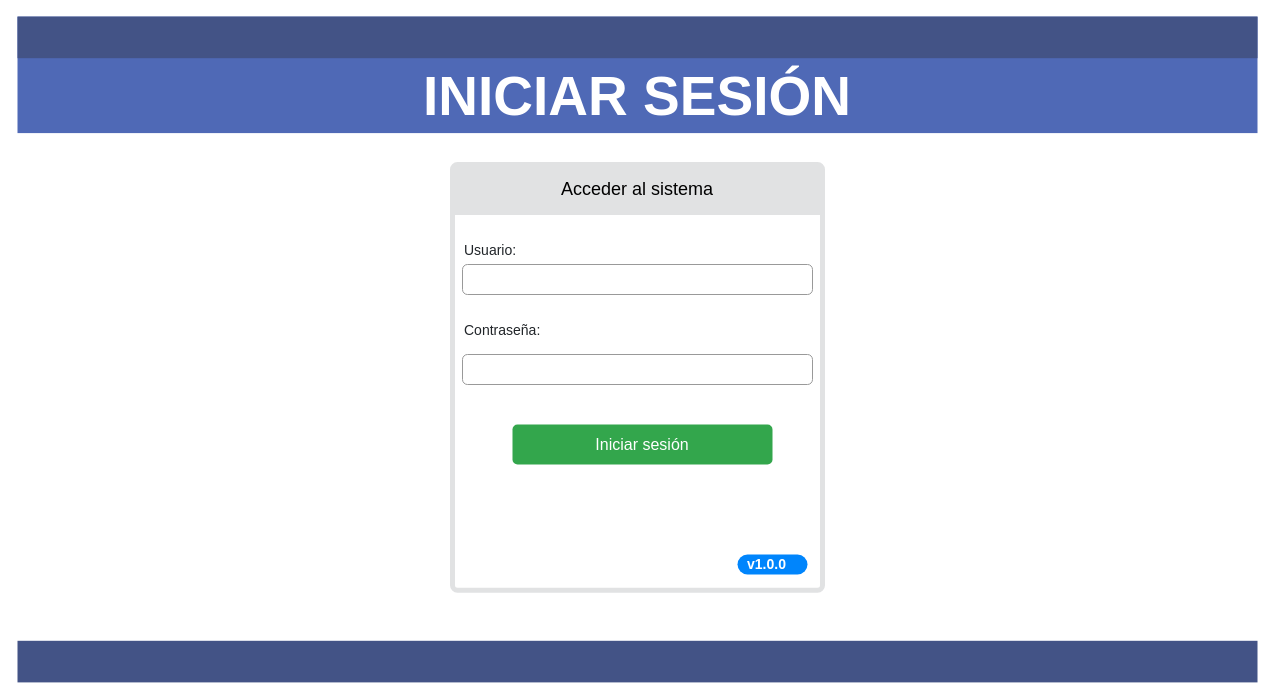
Above: page "loguin" (2 of 2) of ARCHIVOS/bocetos/Boceto_principal/menu_y_loguin.drawio in JaasielGuerra/Control-Notas (draw.io), before the change. Source tidied: cells renumbered, new cells numbered last; positions are measured from the earlier drawing's top-left corner, leaving out a move shared by most shapes. Both pictures are drawn from the tidied source at 100%, with x=0, y=0 at pixel (17, 16).
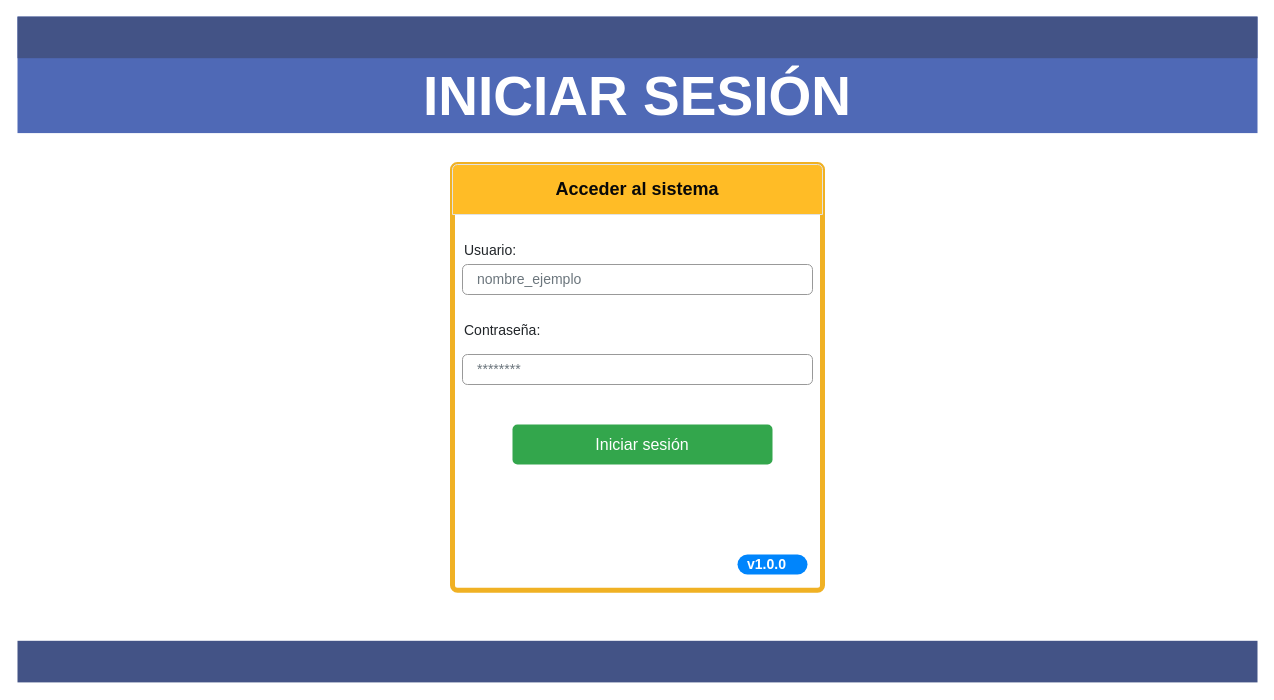
The same page after the edit.

Change to the diagram source:
```diff
@@
 <mxGraphModel>
   <root>
     <mxCell id="0" />
     <mxCell id="1" parent="0" />
     <mxCell id="2" style="group;fontFamily=Verdana;" parent="1" vertex="1">
       <mxGeometry y="0.1" width="1240" height="665.8" as="geometry" />
     </mxCell>
     <mxCell id="3" style="rounded=0;whiteSpace=wrap;html=1;strokeColor=none;" parent="2" vertex="1">
       <mxGeometry width="1240" height="665.8" as="geometry" />
     </mxCell>
     <mxCell id="4" style="rounded=0;whiteSpace=wrap;html=1;fillColor=#4f69b6;strokeColor=none;" parent="2" vertex="1">
       <mxGeometry width="1240" height="116.5" as="geometry" />
     </mxCell>
     <mxCell id="5" style="rounded=0;whiteSpace=wrap;html=1;fillColor=#435386;strokeColor=none;" parent="2" vertex="1">
       <mxGeometry width="1240" height="41.6" as="geometry" />
     </mxCell>
     <mxCell id="6" style="rounded=0;whiteSpace=wrap;html=1;fillColor=#435386;strokeColor=none;" parent="2" vertex="1">
       <mxGeometry y="624.2" width="1240" height="41.6" as="geometry" />
     </mxCell>
     <mxCell id="7" value="&lt;font color=&quot;#ffffff&quot; style=&quot;font-size: 55px;&quot;&gt;INICIAR SESIÓN&lt;/font&gt;" style="text;html=1;strokeColor=none;fillColor=none;align=center;verticalAlign=middle;whiteSpace=wrap;rounded=0;fontSize=41;fontStyle=1;" parent="2" vertex="1">
       <mxGeometry x="289.2" y="41.6" width="661.6" height="74.9" as="geometry" />
     </mxCell>
-    <mxCell id="8" style="html=1;shadow=0;dashed=0;shape=mxgraph.bootstrap.rrect;rSize=5;strokeColor=#E1E2E3;html=1;whiteSpace=wrap;fillColor=#ffffff;fontColor=#212529;verticalAlign=bottom;align=left;spacing=20;spacingBottom=0;fontSize=14;fontFamily=Helvetica;strokeWidth=5;" parent="2" vertex="1">
+    <mxCell id="8" style="html=1;shadow=0;dashed=0;shape=mxgraph.bootstrap.rrect;rSize=5;html=1;whiteSpace=wrap;fillColor=#ffffff;fontColor=#212529;verticalAlign=bottom;align=left;spacing=20;spacingBottom=0;fontSize=14;fontFamily=Helvetica;strokeWidth=5;strokeColor=#F0B124;" parent="2" vertex="1">
       <mxGeometry x="435" y="147.9" width="370" height="425.8" as="geometry" />
     </mxCell>
-    <mxCell id="9" value="&lt;font color=&quot;#000000&quot;&gt;Acceder al sistema&lt;/font&gt;" style="html=1;shadow=0;dashed=0;shape=mxgraph.bootstrap.topButton;rSize=5;perimeter=none;whiteSpace=wrap;fillColor=#E1E2E3;strokeColor=#E1E2E3;fontColor=#6C767D;fontSize=18;align=center;spacing=20;fontFamily=Helvetica;" parent="8" vertex="1">
+    <mxCell id="9" value="&lt;font color=&quot;#080808&quot;&gt;&lt;b&gt;Acceder al sistema&lt;/b&gt;&lt;/font&gt;" style="html=1;shadow=0;dashed=0;shape=mxgraph.bootstrap.topButton;rSize=5;perimeter=none;whiteSpace=wrap;strokeColor=#E1E2E3;fontColor=#6C767D;fontSize=18;align=center;spacing=20;fontFamily=Helvetica;fillColor=#FFBC26;" parent="8" vertex="1">
       <mxGeometry width="370" height="50" relative="1" as="geometry" />
     </mxCell>
     <mxCell id="10" value="Iniciar sesión" style="html=1;shadow=0;dashed=0;shape=mxgraph.bootstrap.rrect;rSize=5;strokeColor=none;strokeWidth=1;fillColor=#33A64C;fontColor=#FFFFFF;whiteSpace=wrap;align=center;verticalAlign=middle;spacingLeft=0;fontStyle=0;fontSize=16;spacing=5;fontFamily=Helvetica;" parent="8" vertex="1">
       <mxGeometry x="60" y="260" width="260" height="40" as="geometry" />
     </mxCell>
     <mxCell id="11" value="v1.0.0" style="rounded=1;whiteSpace=wrap;html=1;arcSize=50;strokeColor=none;strokeWidth=1;fillColor=#0085FC;fontColor=#FFFFFF;whiteSpace=wrap;align=left;verticalAlign=middle;spacingLeft=0;fontStyle=1;fontSize=14;spacing=10;fontFamily=Helvetica;" parent="8" vertex="1">
       <mxGeometry x="285" y="390" width="70" height="20" as="geometry" />
     </mxCell>
     <mxCell id="12" value="Usuario:" style="fillColor=none;strokeColor=none;align=left;fontSize=14;fontColor=#212529;fontFamily=Helvetica;" parent="2" vertex="1">
       <mxGeometry x="445" y="217.9" width="200" height="30" as="geometry" />
     </mxCell>
-    <mxCell id="13" style="html=1;shadow=0;dashed=0;shape=mxgraph.bootstrap.rrect;rSize=5;fillColor=none;strokeColor=#999999;align=left;spacing=15;fontSize=14;fontColor=#6C767D;fontFamily=Helvetica;" parent="2" vertex="1">
+    <mxCell id="13" value="nombre_ejemplo" style="html=1;shadow=0;dashed=0;shape=mxgraph.bootstrap.rrect;rSize=5;fillColor=none;strokeColor=#999999;align=left;spacing=15;fontSize=14;fontColor=#6C767D;fontFamily=Helvetica;" parent="2" vertex="1">
       <mxGeometry x="445" y="247.9" width="350" height="30" as="geometry" />
     </mxCell>
     <mxCell id="14" value="Contraseña:" style="fillColor=none;strokeColor=none;align=left;fontSize=14;fontColor=#212529;fontFamily=Helvetica;" parent="2" vertex="1">
       <mxGeometry x="445" y="297.9" width="200" height="30" as="geometry" />
     </mxCell>
-    <mxCell id="15" style="html=1;shadow=0;dashed=0;shape=mxgraph.bootstrap.rrect;rSize=5;fillColor=none;strokeColor=#999999;align=left;spacing=15;fontSize=14;fontColor=#6C767D;fontFamily=Helvetica;" parent="2" vertex="1">
+    <mxCell id="15" value="********" style="html=1;shadow=0;dashed=0;shape=mxgraph.bootstrap.rrect;rSize=5;fillColor=none;strokeColor=#999999;align=left;spacing=15;fontSize=14;fontColor=#6C767D;fontFamily=Helvetica;" parent="2" vertex="1">
       <mxGeometry x="445" y="337.9" width="350" height="30" as="geometry" />
     </mxCell>
   </root>
 </mxGraphModel>
```
